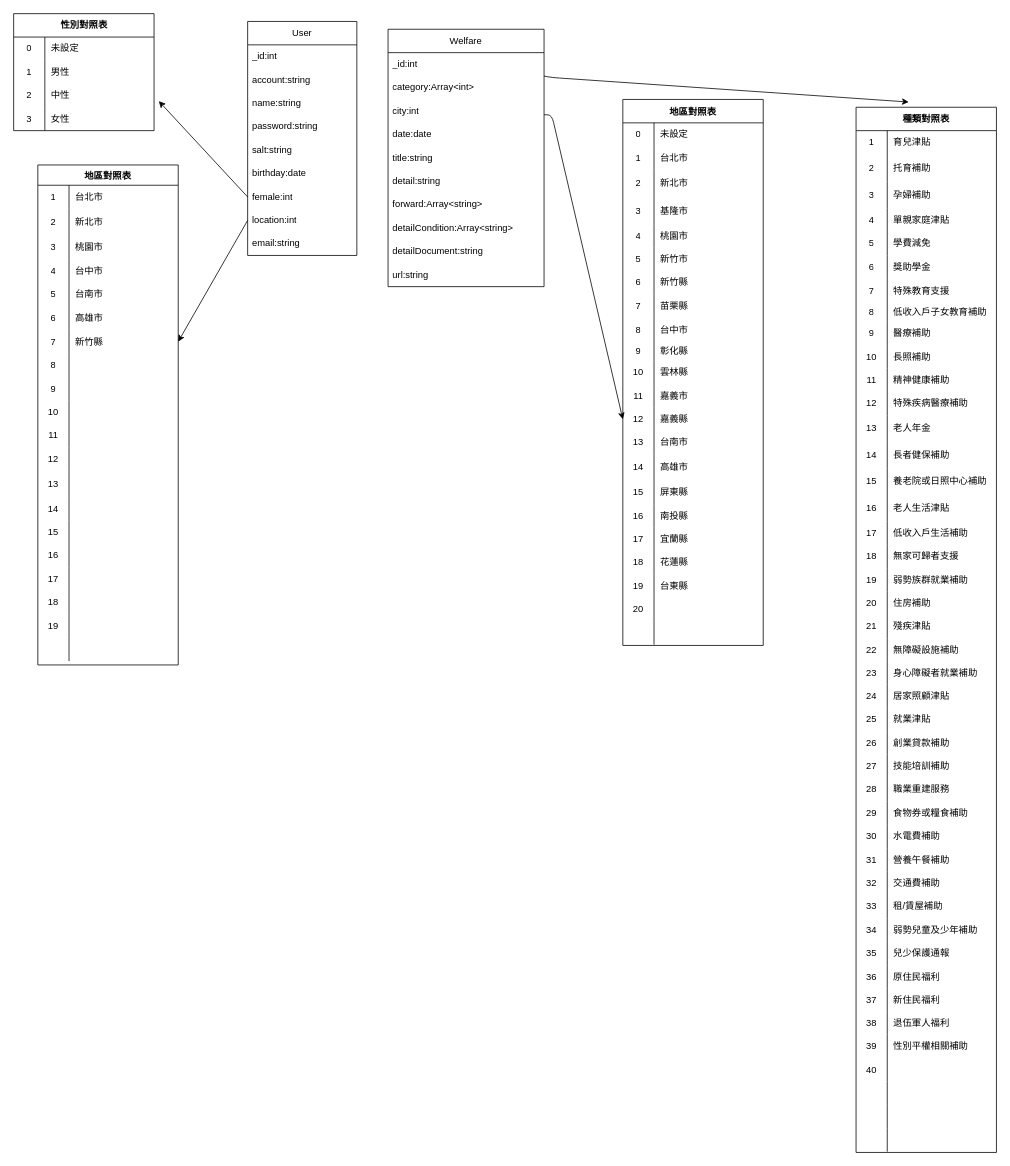
Above: ER.drawio in MonkeyKao/welfare (draw.io), before the change. Source tidied: cells renumbered, new cells numbered last; positions are measured from the earlier drawing's top-left corner, leaving out a move shared by most shapes. Both pictures are drawn from the tidied source at 78%, with x=0, y=0 at pixel (13, 13).
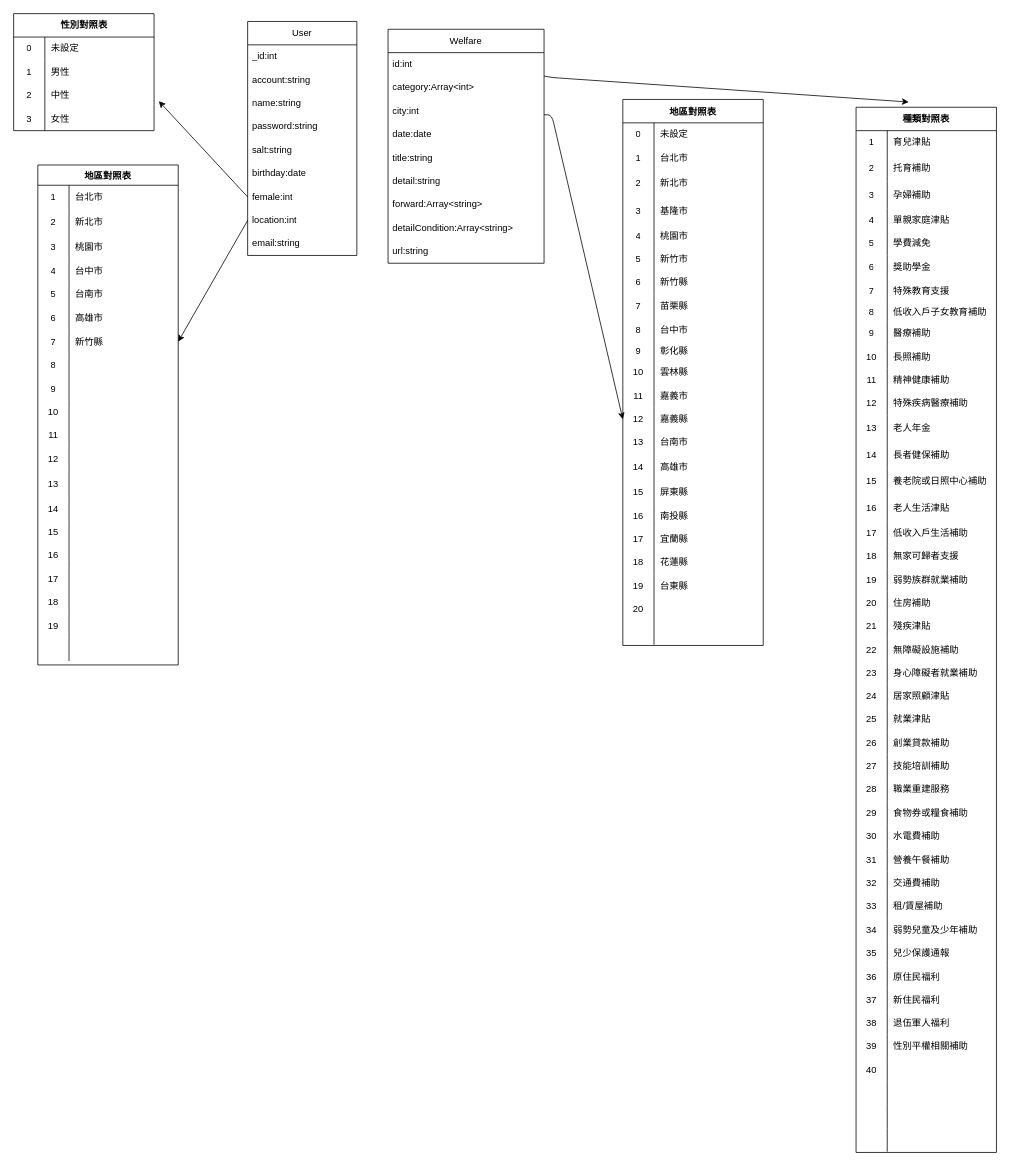
The same diagram, later.

The edit, as a diff of the source:
```diff
@@
     <mxCell id="12" value="Welfare" style="swimlane;fontStyle=0;horizontal=1;startSize=30;whiteSpace=wrap;html=1;" parent="1" vertex="1">
-      <mxGeometry x="480" y="20" width="200" height="330" as="geometry" />
+      <mxGeometry x="480" y="20" width="200" height="300" as="geometry" />
     </mxCell>
-    <mxCell id="13" value="_id:int" style="text;strokeColor=none;fillColor=none;align=left;verticalAlign=middle;spacingLeft=4;spacingRight=4;overflow=hidden;whiteSpace=wrap;html=1;" parent="12" vertex="1">
+    <mxCell id="13" value="id:int" style="text;strokeColor=none;fillColor=none;align=left;verticalAlign=middle;spacingLeft=4;spacingRight=4;overflow=hidden;whiteSpace=wrap;html=1;" parent="12" vertex="1">
       <mxGeometry y="30" width="200" height="30" as="geometry" />
     </mxCell>
@@
-    <mxCell id="21" value="detailDocument:string" style="text;strokeColor=none;fillColor=none;align=left;verticalAlign=middle;spacingLeft=4;spacingRight=4;overflow=hidden;whiteSpace=wrap;html=1;" parent="12" vertex="1">
-      <mxGeometry y="270" width="200" height="30" as="geometry" />
-    </mxCell>
     <mxCell id="22" value="url:string" style="text;strokeColor=none;fillColor=none;align=left;verticalAlign=middle;spacingLeft=4;spacingRight=4;overflow=hidden;whiteSpace=wrap;html=1;" parent="12" vertex="1">
-      <mxGeometry y="300" width="200" height="30" as="geometry" />
+      <mxGeometry y="270" width="200" height="30" as="geometry" />
     </mxCell>
```
